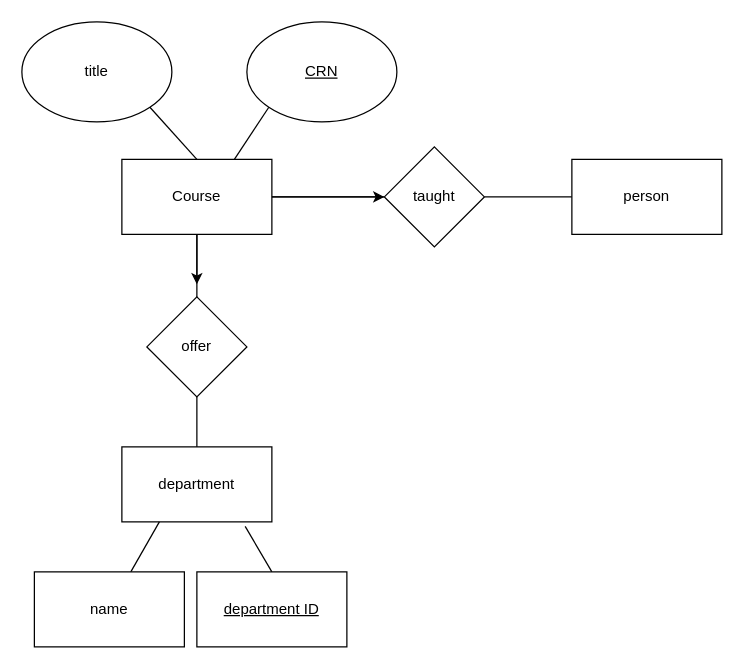
Above: DB_HW2_Part1.drawio in lindanceleaf/DB (draw.io), before the change. Source tidied: cells renumbered, new cells numbered last; positions are measured from the earlier drawing's top-left corner, leaving out a move shared by most shapes. Both pictures are drawn from the tidied source at 125%, with x=0, y=0 at pixel (21, 21).
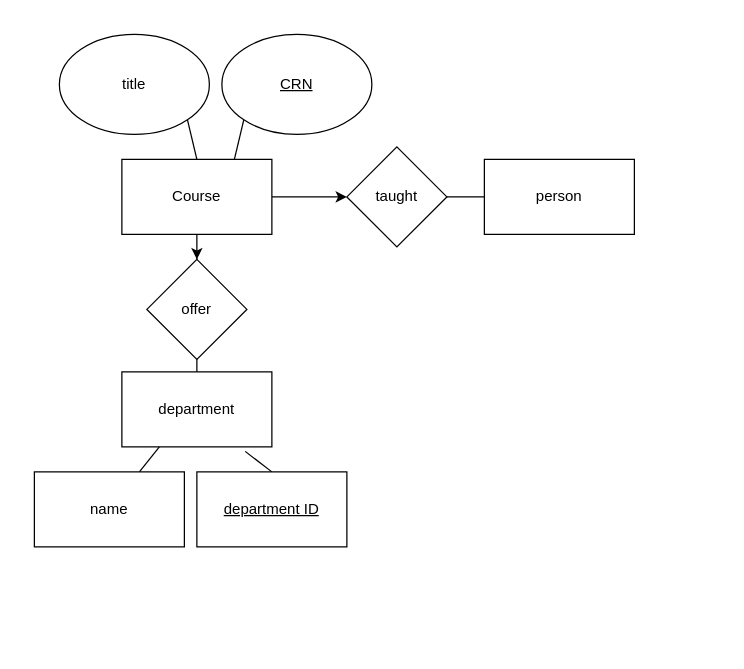
The same diagram, later.

The change refers to these unchanged cells:
```xml
<mxCell id="5" value="Course" style="rounded=0;whiteSpace=wrap;html=1;" parent="1" vertex="1">
  <mxGeometry x="80" y="110" width="120" height="60" as="geometry" />
</mxCell>
```

What changed in the source:
```diff
@@
-    <mxCell id="2" style="edgeStyle=orthogonalEdgeStyle;rounded=0;jettySize=auto;html=1;exitX=0.5;exitY=1;exitDx=0;exitDy=0;entryX=0.5;entryY=0;entryDx=0;entryDy=0;endArrow=none;endFill=0;" parent="1" edge="1" source="5" target="14">
-      <mxGeometry relative="1" as="geometry" />
-    </mxCell>
-    <mxCell id="3" style="edgeStyle=orthogonalEdgeStyle;rounded=0;jettySize=auto;html=1;" parent="1" edge="1" source="5">
-      <mxGeometry relative="1" as="geometry">
-        <mxPoint x="140" y="210" as="targetPoint" />
-      </mxGeometry>
+    <mxCell id="3" style="edgeStyle=orthogonalEdgeStyle;rounded=0;jettySize=auto;html=1;entryX=0.5;entryY=0;entryDx=0;entryDy=0;" parent="1" edge="1" source="5" target="14">
+      <mxGeometry relative="1" as="geometry" />
     </mxCell>
-    <mxCell id="4" style="edgeStyle=orthogonalEdgeStyle;rounded=0;jettySize=auto;html=1;" parent="1" edge="1" source="5">
-      <mxGeometry relative="1" as="geometry">
-        <mxPoint x="290" y="140" as="targetPoint" />
-      </mxGeometry>
+    <mxCell id="4" style="edgeStyle=orthogonalEdgeStyle;rounded=0;jettySize=auto;html=1;entryX=0;entryY=0.5;entryDx=0;entryDy=0;" parent="1" edge="1" source="5" target="16">
+      <mxGeometry relative="1" as="geometry" />
     </mxCell>
@@
     <mxCell id="7" value="title" style="ellipse;whiteSpace=wrap;html=1;" parent="1" vertex="1">
-      <mxGeometry width="120" height="80" as="geometry" />
+      <mxGeometry x="30" y="10" width="120" height="80" as="geometry" />
     </mxCell>
@@
     <mxCell id="9" value="&lt;u&gt;CRN&lt;/u&gt;" style="ellipse;whiteSpace=wrap;html=1;" parent="1" vertex="1">
-      <mxGeometry x="180" width="120" height="80" as="geometry" />
+      <mxGeometry x="160" y="10" width="120" height="80" as="geometry" />
     </mxCell>
@@
     <mxCell id="11" value="person&lt;br&gt;" style="whiteSpace=wrap;html=1;" parent="1" vertex="1">
-      <mxGeometry x="440" y="110" width="120" height="60" as="geometry" />
+      <mxGeometry x="370" y="110" width="120" height="60" as="geometry" />
     </mxCell>
@@
     <mxCell id="13" value="department" style="whiteSpace=wrap;html=1;" parent="1" vertex="1">
-      <mxGeometry x="80" y="340" width="120" height="60" as="geometry" />
+      <mxGeometry x="80" y="280" width="120" height="60" as="geometry" />
     </mxCell>
     <mxCell id="14" value="offer" style="rhombus;whiteSpace=wrap;html=1;" parent="1" vertex="1">
-      <mxGeometry x="100" y="220" width="80" height="80" as="geometry" />
+      <mxGeometry x="100" y="190" width="80" height="80" as="geometry" />
     </mxCell>
-    <mxCell id="15" style="edgeStyle=orthogonalEdgeStyle;rounded=0;jettySize=auto;html=1;exitX=0;exitY=0.5;exitDx=0;exitDy=0;entryX=1;entryY=0.5;entryDx=0;entryDy=0;endArrow=none;endFill=0;" parent="1" edge="1" source="16" target="5">
-      <mxGeometry relative="1" as="geometry" />
-    </mxCell>
     <mxCell id="16" value="taught" style="rhombus;whiteSpace=wrap;html=1;" parent="1" vertex="1">
-      <mxGeometry x="290" y="100" width="80" height="80" as="geometry" />
+      <mxGeometry x="260" y="100" width="80" height="80" as="geometry" />
     </mxCell>
@@
     <mxCell id="18" value="name" style="whiteSpace=wrap;html=1;" parent="1" vertex="1">
-      <mxGeometry x="10" y="440" width="120" height="60" as="geometry" />
+      <mxGeometry x="10" y="360" width="120" height="60" as="geometry" />
     </mxCell>
@@
     <mxCell id="20" value="&lt;u&gt;department ID&lt;/u&gt;" style="whiteSpace=wrap;html=1;" parent="1" vertex="1">
-      <mxGeometry x="140" y="440" width="120" height="60" as="geometry" />
+      <mxGeometry x="140" y="360" width="120" height="60" as="geometry" />
     </mxCell>
```
